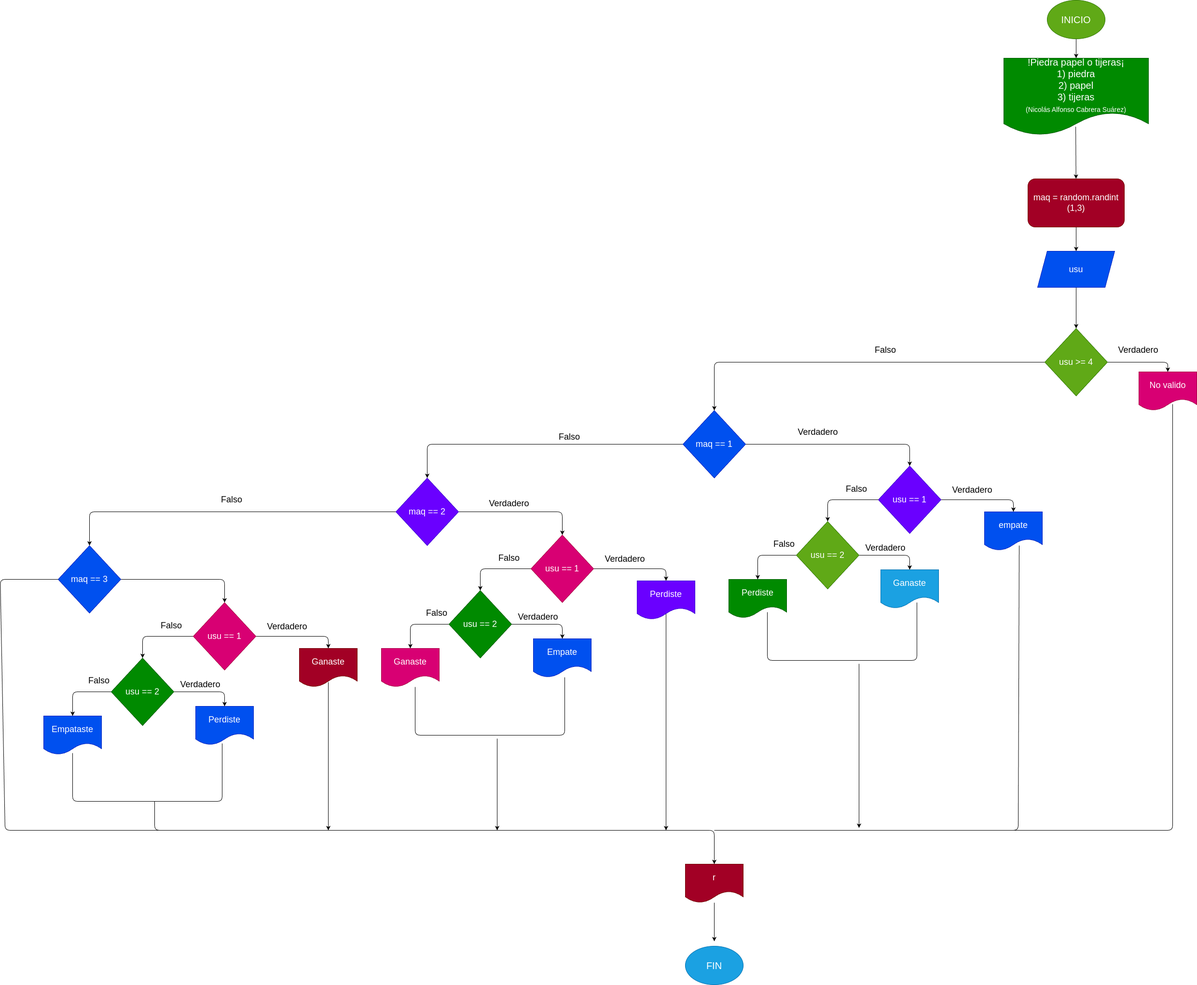
Before: Diagrama.png, a diagram exported from draw.io (Nicolas942/Piedra_papel_tijeras). Source tidied: cells renumbered, new cells last; positions are measured from the earlier drawing's top-left corner, leaving out a move shared by most shapes.
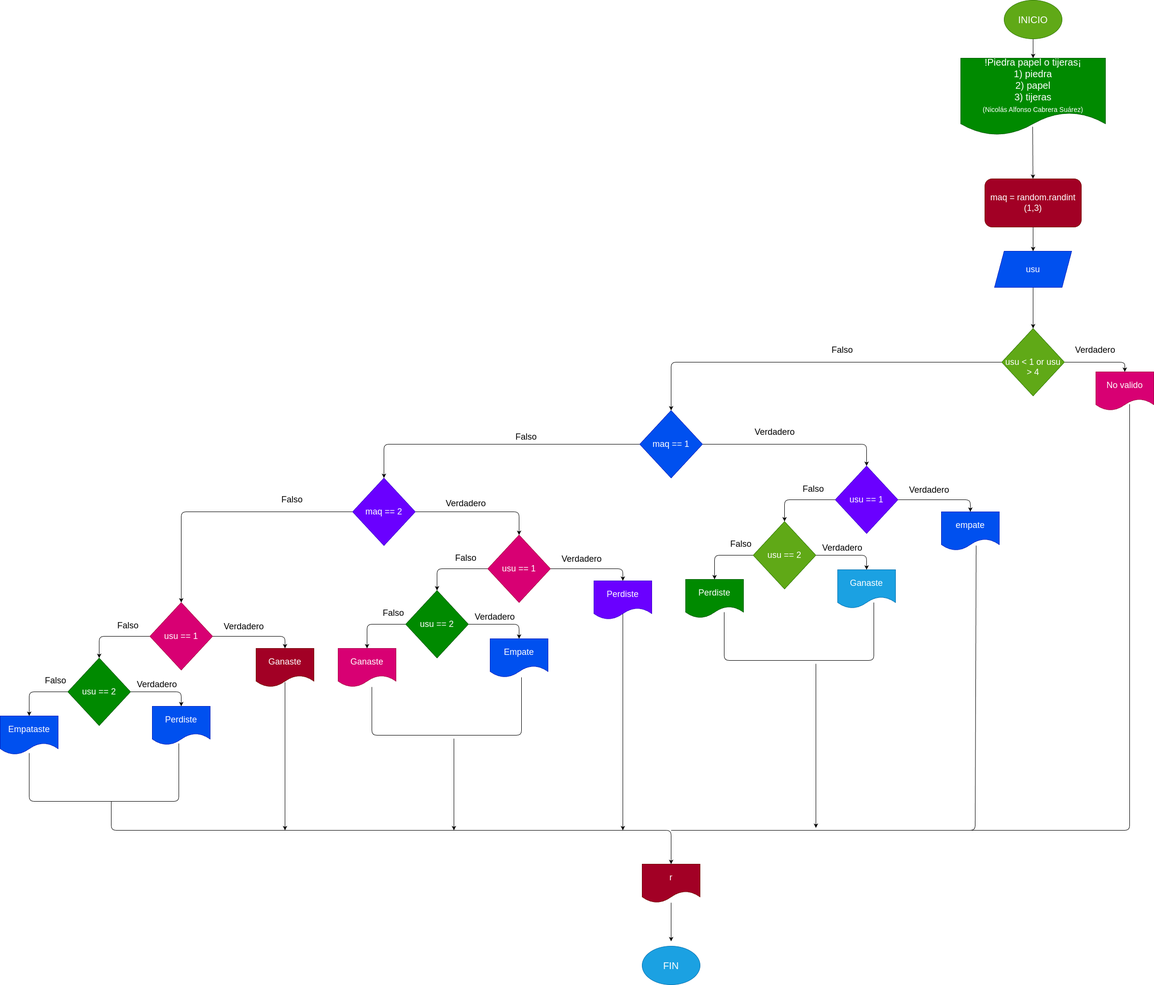
After the commit.

The edit, as a diff of the source:
```diff
@@ -169,10 +169,10 @@
         </Array>
       </mxGeometry>
     </mxCell>
-    <mxCell id="42" style="edgeStyle=none;html=1;entryX=0.5;entryY=0;entryDx=0;entryDy=0;fontSize=18;" parent="1" edge="1" source="43" target="65">
+    <mxCell id="42" style="edgeStyle=none;html=1;entryX=0.5;entryY=0;entryDx=0;entryDy=0;fontSize=18;" parent="1" edge="1" source="43" target="52">
       <mxGeometry relative="1" as="geometry">
         <Array as="points">
-          <mxPoint x="185" y="1060" />
+          <mxPoint x="465" y="1060" />
         </Array>
       </mxGeometry>
     </mxCell>
@@ -193,7 +193,7 @@
         </Array>
       </mxGeometry>
     </mxCell>
-    <mxCell id="46" value="usu &amp;gt;= 4" style="rhombus;whiteSpace=wrap;html=1;fontSize=18;fillColor=#60a917;fontColor=#ffffff;strokeColor=#2D7600;" parent="1" vertex="1">
+    <mxCell id="46" value="&lt;br&gt;usu &amp;lt; 1 or usu&lt;br&gt;&amp;gt; 4" style="rhombus;whiteSpace=wrap;html=1;fontSize=18;fillColor=#60a917;fontColor=#ffffff;strokeColor=#2D7600;" parent="1" vertex="1">
       <mxGeometry x="2165" y="680" width="130" height="140" as="geometry" />
     </mxCell>
     <mxCell id="47" value="No valido" style="shape=document;whiteSpace=wrap;html=1;boundedLbl=1;fontSize=18;fillColor=#d80073;fontColor=#ffffff;strokeColor=#A50040;" parent="1" vertex="1">
@@ -266,21 +266,11 @@
     <mxCell id="63" value="Falso" style="text;html=1;strokeColor=none;fillColor=none;align=center;verticalAlign=middle;whiteSpace=wrap;rounded=0;fontSize=18;" parent="1" vertex="1">
       <mxGeometry x="160" y="1395" width="90" height="30" as="geometry" />
     </mxCell>
-    <mxCell id="64" style="edgeStyle=none;html=1;entryX=0.5;entryY=0;entryDx=0;entryDy=0;fontSize=18;" parent="1" edge="1" source="65" target="52">
-      <mxGeometry relative="1" as="geometry">
-        <Array as="points">
-          <mxPoint x="465" y="1200" />
-        </Array>
-      </mxGeometry>
-    </mxCell>
-    <mxCell id="65" value="maq == 3" style="rhombus;whiteSpace=wrap;html=1;fontSize=18;fillColor=#0050ef;fontColor=#ffffff;strokeColor=#001DBC;" parent="1" vertex="1">
-      <mxGeometry x="120" y="1130" width="130" height="140" as="geometry" />
-    </mxCell>
     <mxCell id="66" value="Falso" style="text;html=1;strokeColor=none;fillColor=none;align=center;verticalAlign=middle;whiteSpace=wrap;rounded=0;fontSize=18;" parent="1" vertex="1">
       <mxGeometry x="1135" y="890" width="90" height="30" as="geometry" />
     </mxCell>
     <mxCell id="67" value="Falso" style="text;html=1;strokeColor=none;fillColor=none;align=center;verticalAlign=middle;whiteSpace=wrap;rounded=0;fontSize=18;" parent="1" vertex="1">
-      <mxGeometry x="435" y="1020" width="90" height="30" as="geometry" />
+      <mxGeometry x="650" y="1020" width="90" height="30" as="geometry" />
     </mxCell>
     <mxCell id="68" style="edgeStyle=none;html=1;fontSize=18;" parent="1" edge="1" source="69">
       <mxGeometry relative="1" as="geometry">
@@ -377,15 +367,6 @@
         <mxPoint x="1030" y="1720" as="targetPoint" />
       </mxGeometry>
     </mxCell>
-    <mxCell id="82" style="endArrow=none;html=1;exitX=0;exitY=0.5;exitDx=0;exitDy=0;" parent="1" edge="1" source="65">
-      <mxGeometry relative="1" as="geometry">
-        <mxPoint x="350" y="1720" as="targetPoint" />
-        <Array as="points">
-          <mxPoint y="1200" />
-          <mxPoint x="10" y="1720" />
-        </Array>
-      </mxGeometry>
-    </mxCell>
     <mxCell id="83" style="endArrow=none;html=1;entryX=0.583;entryY=0.838;entryDx=0;entryDy=0;entryPerimeter=0;" parent="1" edge="1" target="47">
       <mxGeometry relative="1" as="geometry">
         <mxPoint x="2100" y="1720" as="sourcePoint" />
```
